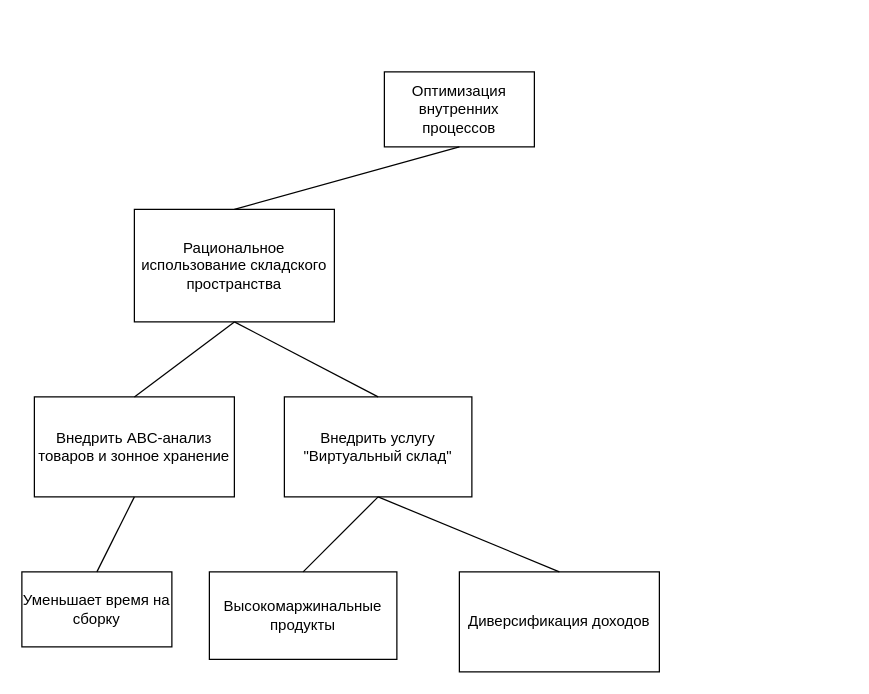
Earlier version of the draw.io diagram ОРТПС_2.drawio (mopsin666/AKMS). Source tidied: cells renumbered, new cells numbered last; positions are measured from the earlier drawing's top-left corner, leaving out a move shared by most shapes. Both pictures are drawn from the tidied source at 125%, with x=0, y=0 at pixel (21, 71).
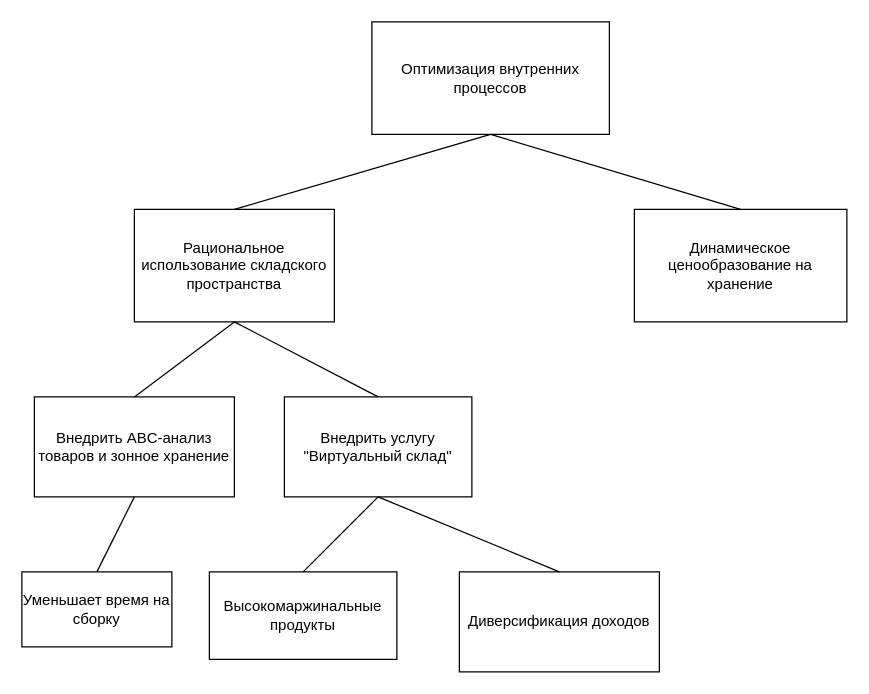
The same diagram, later.

Change to the diagram source:
```diff
@@
 <mxGraphModel>
   <root>
     <mxCell id="0" />
     <mxCell id="1" parent="0" />
     <mxCell id="2" value="Оптимизация внутренних процессов" style="rounded=0;whiteSpace=wrap;html=1;" parent="1" vertex="1">
-      <mxGeometry x="290" width="120" height="60" as="geometry" />
+      <mxGeometry x="280" y="-40" width="190" height="90" as="geometry" />
     </mxCell>
     <mxCell id="3" value="Внедрить ABC-анализ товаров и зонное хранение" style="rounded=0;whiteSpace=wrap;html=1;" parent="1" vertex="1">
       <mxGeometry x="10" y="260" width="160" height="80" as="geometry" />
     </mxCell>
     <mxCell id="4" value="Рациональное использование складского пространства" style="rounded=0;whiteSpace=wrap;html=1;" parent="1" vertex="1">
       <mxGeometry x="90" y="110" width="160" height="90" as="geometry" />
     </mxCell>
     <mxCell id="5" style="endArrow=none;html=1;rounded=0;entryX=0.5;entryY=1;entryDx=0;entryDy=0;exitX=0.5;exitY=0;exitDx=0;exitDy=0;" parent="1" edge="1" source="4" target="2">
       <mxGeometry relative="1" as="geometry" />
     </mxCell>
     <mxCell id="6" style="endArrow=none;html=1;rounded=0;entryX=0.5;entryY=1;entryDx=0;entryDy=0;exitX=0.5;exitY=0;exitDx=0;exitDy=0;" parent="1" edge="1" source="3" target="4">
       <mxGeometry relative="1" as="geometry" />
     </mxCell>
     <mxCell id="7" value="Внедрить услугу &quot;Виртуальный склад&quot;" style="rounded=0;whiteSpace=wrap;html=1;" parent="1" vertex="1">
       <mxGeometry x="210" y="260" width="150" height="80" as="geometry" />
     </mxCell>
     <mxCell id="8" style="endArrow=none;html=1;rounded=0;entryX=0.5;entryY=1;entryDx=0;entryDy=0;exitX=0.5;exitY=0;exitDx=0;exitDy=0;" parent="1" edge="1" source="7" target="4">
       <mxGeometry relative="1" as="geometry" />
     </mxCell>
     <mxCell id="9" value="&lt;div style=&quot;&quot;&gt;Высокомаржинальные продукты&lt;/div&gt;" style="rounded=0;whiteSpace=wrap;html=1;align=center;" parent="1" vertex="1">
       <mxGeometry x="150" y="400" width="150" height="70" as="geometry" />
     </mxCell>
     <mxCell id="10" style="endArrow=none;html=1;rounded=0;entryX=0.5;entryY=1;entryDx=0;entryDy=0;exitX=0.5;exitY=0;exitDx=0;exitDy=0;" parent="1" edge="1" source="9" target="7">
       <mxGeometry relative="1" as="geometry" />
     </mxCell>
     <mxCell id="11" value="Диверсификация доходов" style="rounded=0;whiteSpace=wrap;html=1;" parent="1" vertex="1">
       <mxGeometry x="350" y="400" width="160" height="80" as="geometry" />
     </mxCell>
     <mxCell id="12" style="endArrow=none;html=1;rounded=0;entryX=0.5;entryY=1;entryDx=0;entryDy=0;exitX=0.5;exitY=0;exitDx=0;exitDy=0;" parent="1" edge="1" source="11" target="7">
       <mxGeometry relative="1" as="geometry" />
     </mxCell>
     <mxCell id="13" value="Уменьшает время на сборку" style="rounded=0;whiteSpace=wrap;html=1;" parent="1" vertex="1">
       <mxGeometry y="400" width="120" height="60" as="geometry" />
     </mxCell>
     <mxCell id="14" style="endArrow=none;html=1;rounded=0;entryX=0.5;entryY=1;entryDx=0;entryDy=0;exitX=0.5;exitY=0;exitDx=0;exitDy=0;" parent="1" edge="1" source="13" target="3">
       <mxGeometry relative="1" as="geometry" />
     </mxCell>
+    <mxCell id="15" value="Динамическое ценообразование на хранение" style="rounded=0;whiteSpace=wrap;html=1;" parent="1" vertex="1">
+      <mxGeometry x="490" y="110" width="170" height="90" as="geometry" />
+    </mxCell>
+    <mxCell id="16" style="endArrow=none;html=1;rounded=0;entryX=0.5;entryY=1;entryDx=0;entryDy=0;exitX=0.5;exitY=0;exitDx=0;exitDy=0;" parent="1" edge="1" source="15" target="2">
+      <mxGeometry relative="1" as="geometry" />
+    </mxCell>
   </root>
 </mxGraphModel>
```
